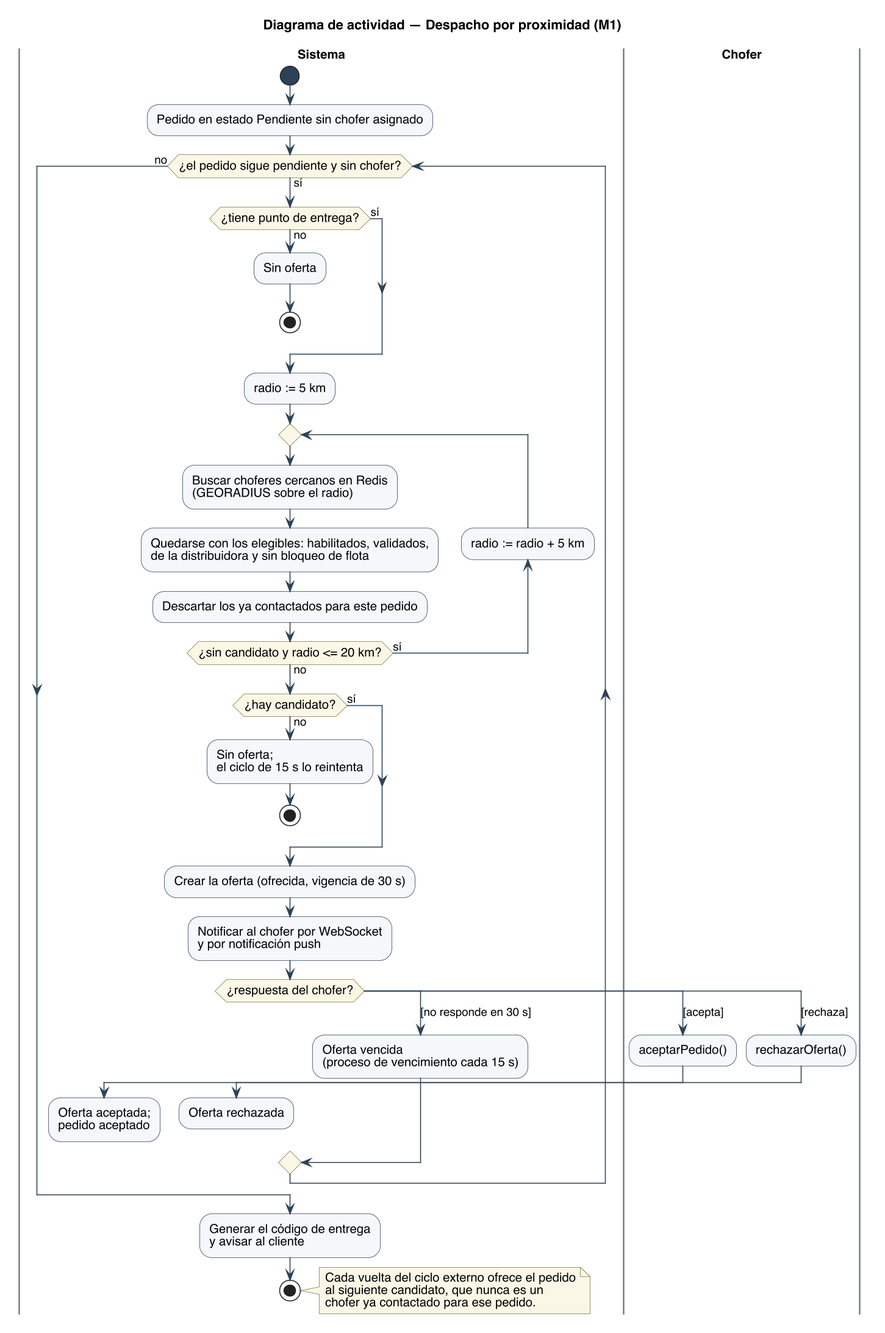
This is diagramas/uml/UML_Actividad_Despacho.png from Nahuelito-Dev/splg-docs, a PlantUML export, as it was before one commit.
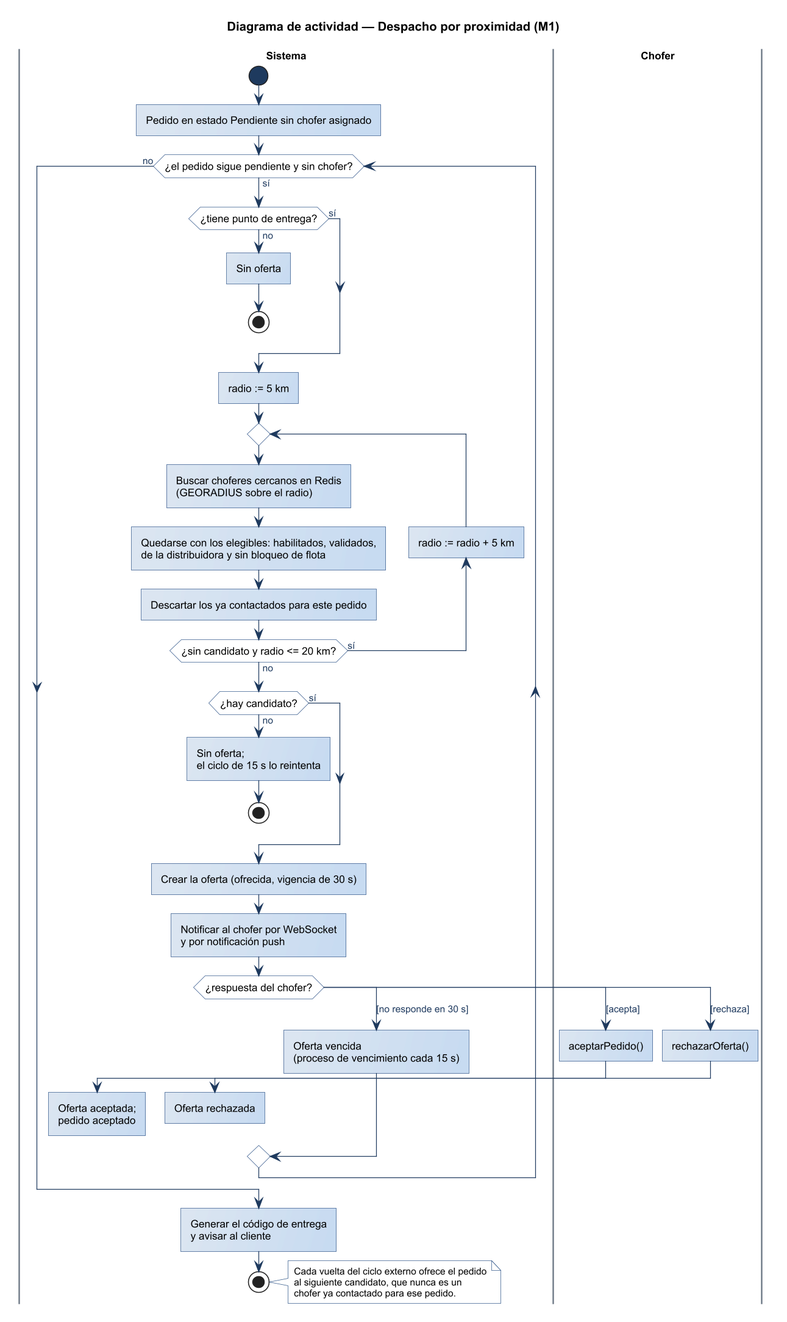
The same diagram one commit later.

Diff of the diagram source:
```diff
@@ -1,27 +1,10 @@
 @startuml
 title Diagrama de actividad — Despacho por proximidad (M1)
-skinparam backgroundColor #FFFFFF
-skinparam shadowing false
-skinparam defaultFontName Helvetica
-skinparam defaultFontSize 13
-skinparam dpi 150
-skinparam ArrowColor #2C4257
-skinparam ArrowFontSize 12
-skinparam activity {
-  BackgroundColor #F4F7FA
-  BorderColor #2C4257
-  DiamondBackgroundColor #FBF7E6
-  DiamondBorderColor #7A7340
-  BarColor #2C4257
-  StartColor #2C4257
-  EndColor #2C4257
-}
+!include ../estilo-vp.iuml
 skinparam swimlane {
   BorderColor #6B7683
   TitleFontStyle bold
 }
-skinparam NoteBackgroundColor #FBF7E6
-skinparam NoteBorderColor #7A7340
 |Sistema|
 start
 :Pedido en estado Pendiente sin chofer asignado;
```
